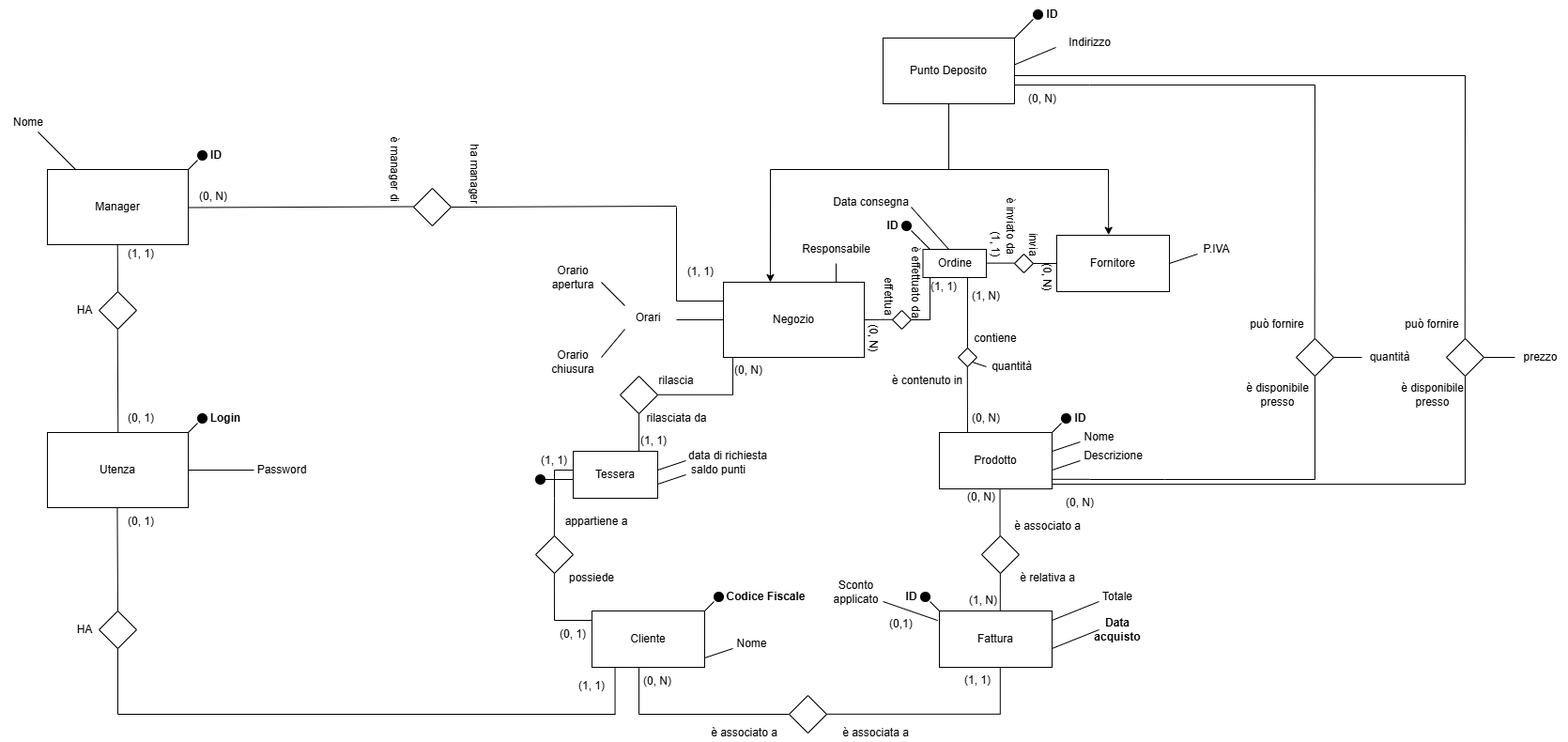
Above: docs/diagrams/schema ER (v1).png in Casne99/DB-Project (draw.io), before the change. Source tidied: cells renumbered, new cells last; positions are measured from the earlier drawing's top-left corner, leaving out a move shared by most shapes.
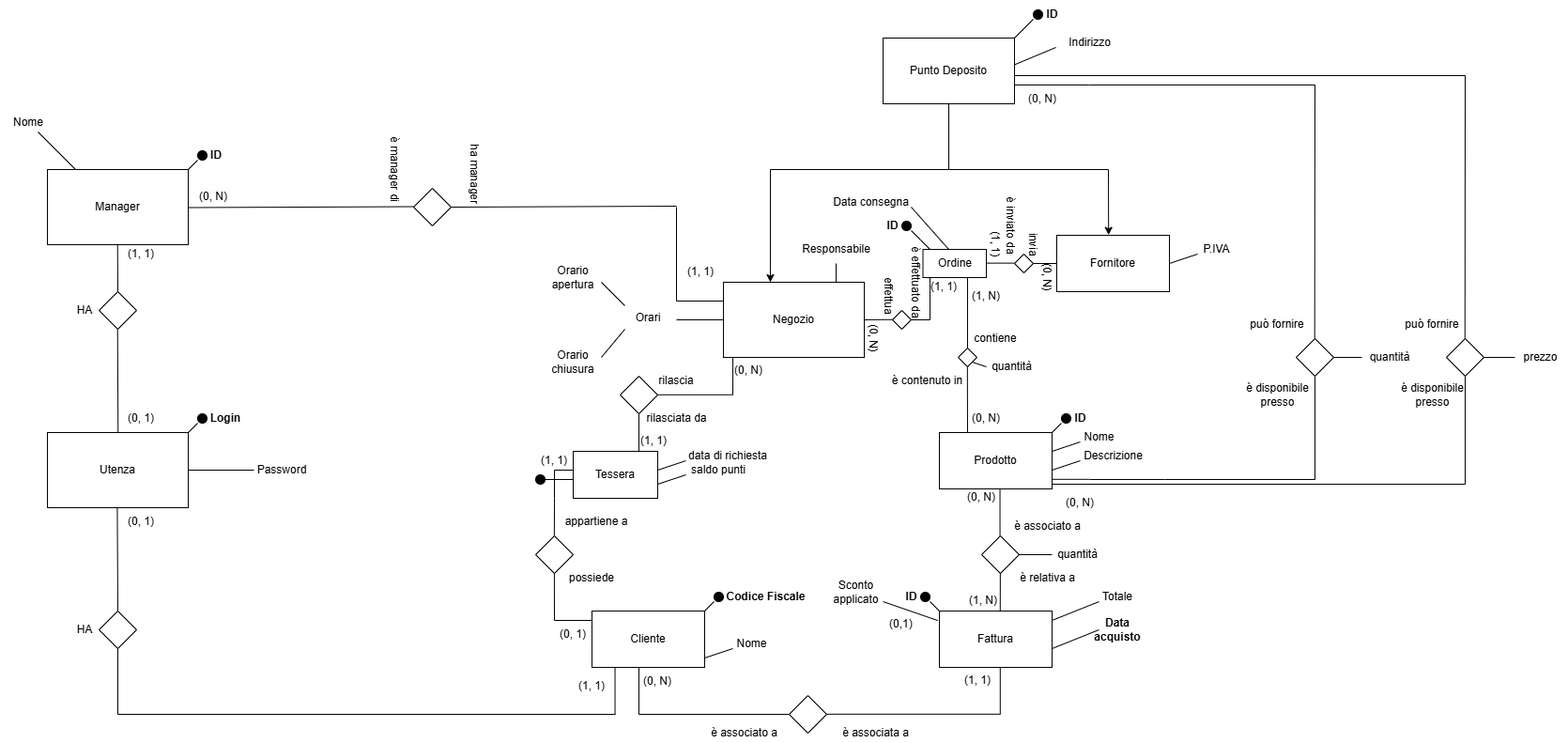
The same diagram one commit later.

Commit message:
Aggiunto attributo quantità a relazione Fattura - Prodotto

Change to the diagram source:
```diff
@@ -743,5 +743,14 @@
     <mxCell id="178" value="(1, 1)" style="text;html=1;align=center;verticalAlign=middle;whiteSpace=wrap;rounded=0;" parent="1" vertex="1">
       <mxGeometry x="120" y="255" width="60" height="30" as="geometry" />
     </mxCell>
+    <mxCell id="179" style="endArrow=none;html=1;rounded=0;" parent="1" edge="1">
+      <mxGeometry relative="1" as="geometry">
+        <mxPoint x="1085" y="590" as="sourcePoint" />
+        <mxPoint x="1120" y="590" as="targetPoint" />
+      </mxGeometry>
+    </mxCell>
+    <mxCell id="180" value="quantità" style="text;html=1;align=center;verticalAlign=middle;whiteSpace=wrap;rounded=0;" parent="1" vertex="1">
+      <mxGeometry x="1125" y="575" width="45" height="30" as="geometry" />
+    </mxCell>
   </root>
 </mxGraphModel>
```
